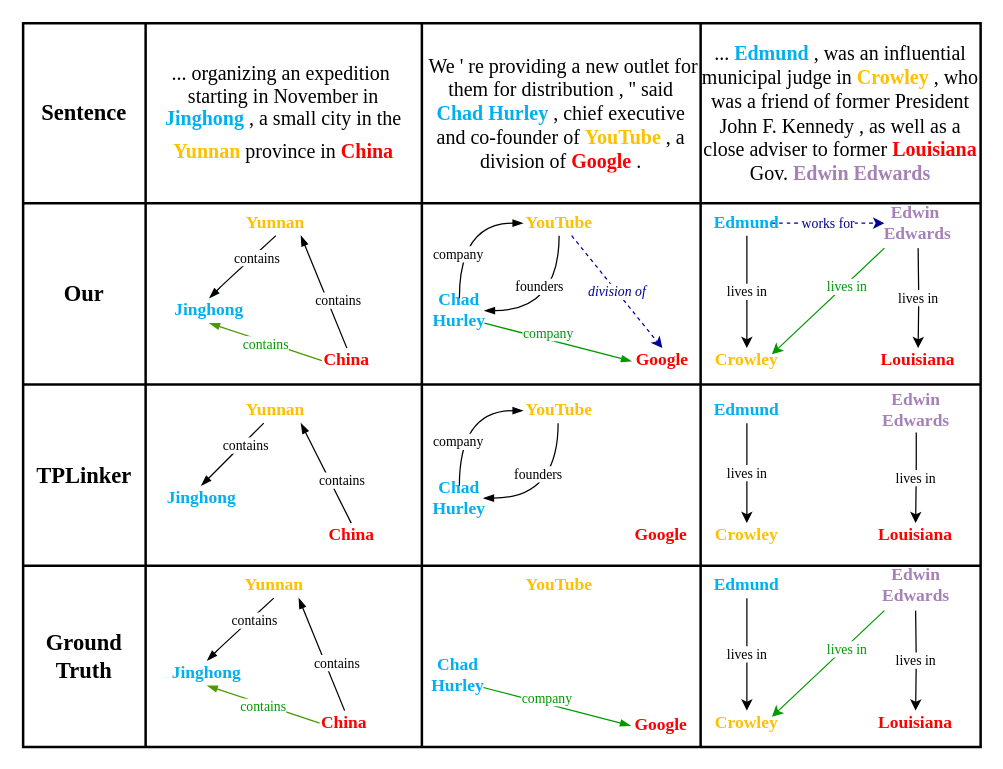
This is Untitled Diagram.drawio from zhangSchnee/gittest, a draw.io file, before an edit. Source tidied: cells renumbered, new cells numbered last; positions are measured from the earlier drawing's top-left corner, leaving out a move shared by most shapes. Both pictures are drawn from the tidied source at 125%, with x=0, y=0 at pixel (22, 22).
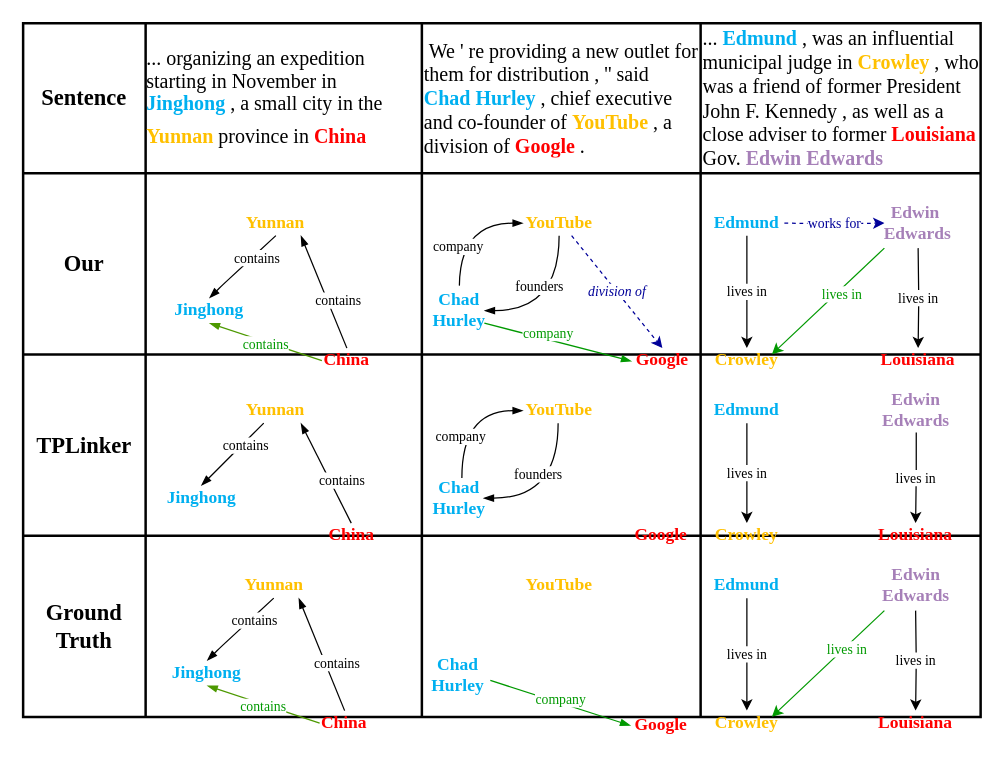
Above is the later version.

The change refers to these unchanged cells:
```xml
<mxCell id="32" value="&lt;span style=&quot;color: rgb(0 , 176 , 240) ; font-family: &amp;#34;times new roman&amp;#34; ; font-weight: 700 ; text-align: left&quot;&gt;&lt;font style=&quot;font-size: 14px&quot;&gt;Chad Hurley&lt;/font&gt;&lt;/span&gt;" style="text;html=1;strokeColor=none;fillColor=none;align=center;verticalAlign=middle;whiteSpace=wrap;rounded=0;" parent="1" vertex="1">
  <mxGeometry x="329" y="220" width="40" height="20" as="geometry" />
</mxCell>
<mxCell id="36" value="&lt;span style=&quot;color: rgb(255 , 192 , 0) ; font-family: &amp;#34;times new roman&amp;#34; ; font-size: 14px ; font-weight: 700 ; text-align: left&quot;&gt;YouTube&lt;/span&gt;" style="text;html=1;strokeColor=none;fillColor=none;align=center;verticalAlign=middle;whiteSpace=wrap;rounded=0;" parent="1" vertex="1">
  <mxGeometry x="408.8" y="150" width="40" height="20" as="geometry" />
</mxCell>
<mxCell id="41" value="&lt;b&gt;&lt;font face=&quot;Times New Roman&quot; style=&quot;font-size: 14px&quot;&gt;Edmund&lt;/font&gt;&lt;/b&gt;" style="text;html=1;strokeColor=none;fillColor=none;align=center;verticalAlign=middle;whiteSpace=wrap;rounded=0;fontColor=#00B0F0;" parent="1" vertex="1">
  <mxGeometry x="559" y="150" width="40" height="20" as="geometry" />
</mxCell>
<mxCell id="44" value="&lt;b&gt;&lt;font style=&quot;font-size: 14px&quot;&gt;Edwin&lt;br&gt;&amp;nbsp;Edwards&lt;/font&gt;&lt;/b&gt;" style="text;html=1;strokeColor=none;fillColor=none;align=center;verticalAlign=middle;whiteSpace=wrap;rounded=0;fontFamily=Times New Roman;fontColor=#A680B8;" parent="1" vertex="1">
  <mxGeometry x="689" y="150" width="50" height="20" as="geometry" />
</mxCell>
<mxCell id="46" style="endArrow=classic;html=1;fontFamily=Times New Roman;entryX=1;entryY=0.25;entryDx=0;entryDy=0;fontColor=#009900;strokeColor=#009900;" parent="1" edge="1" target="42">
  <mxGeometry relative="1" as="geometry">
    <mxPoint x="689" y="180" as="sourcePoint" />
  </mxGeometry>
</mxCell>
<mxCell id="57" value="&lt;span style=&quot;color: rgb(255 , 0 , 0) ; font-family: &amp;#34;times new roman&amp;#34; ; font-weight: 700 ; text-align: left&quot;&gt;&lt;font style=&quot;font-size: 14px&quot;&gt;Google&lt;/font&gt;&lt;/span&gt;" style="text;html=1;strokeColor=none;fillColor=none;align=center;verticalAlign=middle;whiteSpace=wrap;rounded=0;" parent="1" vertex="1">
  <mxGeometry x="492.8" y="260" width="37.2" height="20" as="geometry" />
</mxCell>
<mxCell id="67" value="&lt;span style=&quot;color: rgb(0 , 176 , 240) ; font-family: &amp;#34;times new roman&amp;#34; ; font-weight: 700 ; text-align: left&quot;&gt;&lt;font style=&quot;font-size: 14px&quot;&gt;Chad Hurley&lt;/font&gt;&lt;/span&gt;" style="text;html=1;strokeColor=none;fillColor=none;align=center;verticalAlign=middle;whiteSpace=wrap;rounded=0;" parent="1" vertex="1">
  <mxGeometry x="329" y="370" width="40" height="20" as="geometry" />
</mxCell>
<mxCell id="70" value="&lt;span style=&quot;color: rgb(255 , 192 , 0) ; font-family: &amp;#34;times new roman&amp;#34; ; font-size: 14px ; font-weight: 700 ; text-align: left&quot;&gt;YouTube&lt;/span&gt;" style="text;html=1;strokeColor=none;fillColor=none;align=center;verticalAlign=middle;whiteSpace=wrap;rounded=0;" parent="1" vertex="1">
  <mxGeometry x="408.8" y="300" width="40" height="20" as="geometry" />
</mxCell>
<mxCell id="72" value="&lt;span style=&quot;color: rgb(0 , 176 , 240) ; font-family: &amp;#34;times new roman&amp;#34; ; font-weight: 700 ; text-align: left&quot;&gt;&lt;font style=&quot;font-size: 14px&quot;&gt;Chad Hurley&lt;/font&gt;&lt;/span&gt;" style="text;html=1;strokeColor=none;fillColor=none;align=center;verticalAlign=middle;whiteSpace=wrap;rounded=0;" parent="1" vertex="1">
  <mxGeometry x="328.2" y="511.5" width="40" height="20" as="geometry" />
</mxCell>
<mxCell id="76" value="&lt;span style=&quot;color: rgb(255 , 0 , 0) ; font-family: &amp;#34;times new roman&amp;#34; ; font-weight: 700 ; text-align: left&quot;&gt;&lt;font style=&quot;font-size: 14px&quot;&gt;Google&lt;/font&gt;&lt;/span&gt;" style="text;html=1;strokeColor=none;fillColor=none;align=center;verticalAlign=middle;whiteSpace=wrap;rounded=0;" parent="1" vertex="1">
  <mxGeometry x="492" y="551.5" width="37.2" height="20" as="geometry" />
</mxCell>
```

Diff of the diagram source:
```diff
@@
     <mxCell id="2" style="shape=table;html=1;whiteSpace=wrap;startSize=0;childLayout=tableLayout;strokeWidth=2;perimeterSpacing=1;" parent="1" vertex="1">
-      <mxGeometry width="766" height="579" as="geometry" />
+      <mxGeometry width="766" height="555" as="geometry" />
     </mxCell>
     <mxCell id="3" style="shape=partialRectangle;html=1;whiteSpace=wrap;fillColor=none;top=0;left=0;bottom=0;right=0;" parent="2" vertex="1">
-      <mxGeometry width="766" height="144" as="geometry" />
+      <mxGeometry width="766" height="120" as="geometry" />
     </mxCell>
     <mxCell id="4" value="&lt;font face=&quot;Times New Roman&quot; style=&quot;font-size: 18px&quot;&gt;&lt;b&gt;Sentence&lt;/b&gt;&lt;/font&gt;" style="shape=partialRectangle;html=1;whiteSpace=wrap;overflow=hidden;fillColor=none;top=0;left=0;bottom=0;right=0;" parent="3" vertex="1">
-      <mxGeometry width="98" height="144" as="geometry" />
+      <mxGeometry width="98" height="120" as="geometry" />
     </mxCell>
-    <mxCell id="5" value="&lt;div&gt;&lt;span style=&quot;font-size: 16px ; font-family: &amp;#34;times new roman&amp;#34; ; text-indent: 0in&quot;&gt;... organizing an expedition&amp;nbsp;&lt;/span&gt;&lt;/div&gt;&lt;p style=&quot;line-height: normal ; margin: 0pt 0in ; text-indent: 0in ; direction: ltr ; unicode-bidi: embed ; word-break: normal ; font-size: 16px&quot;&gt;&lt;font style=&quot;font-size: 16px&quot; face=&quot;Times New Roman&quot;&gt;&lt;span&gt;starting in November in &lt;/span&gt;&lt;span style=&quot;color: rgb(0 , 176 , 240) ; font-weight: bold&quot;&gt;Jinghong&lt;/span&gt;&lt;span&gt; , a small city in the &lt;/span&gt;&lt;span style=&quot;color: rgb(255 , 192 , 0) ; font-weight: bold&quot;&gt;Yunnan&lt;/span&gt;&lt;span&gt; province in &lt;/span&gt;&lt;span style=&quot;color: red ; font-weight: bold&quot;&gt;China&lt;/span&gt;&lt;/font&gt;&lt;span style=&quot;font-size: 18.0pt ; color: red&quot;&gt; &lt;/span&gt;&lt;/p&gt;" style="shape=partialRectangle;html=1;whiteSpace=wrap;overflow=hidden;fillColor=none;top=0;left=0;bottom=0;right=0;" parent="3" vertex="1">
-      <mxGeometry x="98" width="221" height="144" as="geometry" />
+    <mxCell id="5" value="&lt;div style=&quot;text-align: left&quot;&gt;&lt;span style=&quot;font-size: 16px ; font-family: &amp;#34;times new roman&amp;#34; ; text-indent: 0in&quot;&gt;... organizing an expedition&amp;nbsp;&lt;/span&gt;&lt;/div&gt;&lt;p style=&quot;text-align: left ; line-height: normal ; margin: 0pt 0in ; text-indent: 0in ; direction: ltr ; unicode-bidi: embed ; word-break: normal ; font-size: 16px&quot;&gt;&lt;font style=&quot;font-size: 16px&quot; face=&quot;Times New Roman&quot;&gt;&lt;span&gt;starting in November in &lt;/span&gt;&lt;span style=&quot;color: rgb(0 , 176 , 240) ; font-weight: bold&quot;&gt;Jinghong&lt;/span&gt;&lt;span&gt; , a small city in the &lt;/span&gt;&lt;span style=&quot;color: rgb(255 , 192 , 0) ; font-weight: bold&quot;&gt;Yunnan&lt;/span&gt;&lt;span&gt; province in &lt;/span&gt;&lt;span style=&quot;color: red ; font-weight: bold&quot;&gt;China&lt;/span&gt;&lt;/font&gt;&lt;span style=&quot;font-size: 18.0pt ; color: red&quot;&gt; &lt;/span&gt;&lt;/p&gt;" style="shape=partialRectangle;html=1;whiteSpace=wrap;overflow=hidden;fillColor=none;top=0;left=0;bottom=0;right=0;" parent="3" vertex="1">
+      <mxGeometry x="98" width="221" height="120" as="geometry" />
     </mxCell>
-    <mxCell id="6" value="&lt;div style=&quot;font-size: 16px&quot;&gt;&lt;span style=&quot;font-family: &amp;#34;times new roman&amp;#34;&quot;&gt;&amp;nbsp;We ' re providing a new outlet for them for distribution , '' said &lt;/span&gt;&lt;font color=&quot;#00b0f0&quot; style=&quot;font-size: 16px ; font-family: &amp;#34;times new roman&amp;#34;&quot;&gt;&lt;b&gt;Chad Hurley&lt;/b&gt;&lt;/font&gt;&lt;span style=&quot;font-family: &amp;#34;times new roman&amp;#34;&quot;&gt; , chief executive and co-founder of &lt;/span&gt;&lt;b style=&quot;font-family: &amp;#34;times new roman&amp;#34;&quot;&gt;&lt;font color=&quot;#ffc000&quot; style=&quot;font-size: 16px&quot;&gt;YouTube&lt;/font&gt;&lt;/b&gt;&lt;span style=&quot;font-family: &amp;#34;times new roman&amp;#34;&quot;&gt; , a division of &lt;/span&gt;&lt;b style=&quot;font-family: &amp;#34;times new roman&amp;#34;&quot;&gt;&lt;font color=&quot;#ff0000&quot; style=&quot;font-size: 16px&quot;&gt;Google&lt;/font&gt;&lt;/b&gt;&lt;span style=&quot;font-family: &amp;#34;times new roman&amp;#34;&quot;&gt; .&lt;/span&gt;&lt;/div&gt;" style="shape=partialRectangle;html=1;whiteSpace=wrap;overflow=hidden;fillColor=none;top=0;left=0;bottom=0;right=0;align=center;" parent="3" vertex="1">
-      <mxGeometry x="319" width="223" height="144" as="geometry" />
+    <mxCell id="6" value="&lt;div style=&quot;font-size: 16px&quot;&gt;&lt;span style=&quot;font-family: &amp;#34;times new roman&amp;#34;&quot;&gt;&amp;nbsp;We ' re providing a new outlet for them for distribution , '' said &lt;/span&gt;&lt;font color=&quot;#00b0f0&quot; style=&quot;font-size: 16px ; font-family: &amp;#34;times new roman&amp;#34;&quot;&gt;&lt;b&gt;Chad Hurley&lt;/b&gt;&lt;/font&gt;&lt;span style=&quot;font-family: &amp;#34;times new roman&amp;#34;&quot;&gt; , chief executive and co-founder of &lt;/span&gt;&lt;b style=&quot;font-family: &amp;#34;times new roman&amp;#34;&quot;&gt;&lt;font color=&quot;#ffc000&quot; style=&quot;font-size: 16px&quot;&gt;YouTube&lt;/font&gt;&lt;/b&gt;&lt;span style=&quot;font-family: &amp;#34;times new roman&amp;#34;&quot;&gt; , a division of &lt;/span&gt;&lt;b style=&quot;font-family: &amp;#34;times new roman&amp;#34;&quot;&gt;&lt;font color=&quot;#ff0000&quot; style=&quot;font-size: 16px&quot;&gt;Google&lt;/font&gt;&lt;/b&gt;&lt;span style=&quot;font-family: &amp;#34;times new roman&amp;#34;&quot;&gt; .&lt;/span&gt;&lt;/div&gt;" style="shape=partialRectangle;html=1;whiteSpace=wrap;overflow=hidden;fillColor=none;top=0;left=0;bottom=0;right=0;align=left;" parent="3" vertex="1">
+      <mxGeometry x="319" width="223" height="120" as="geometry" />
     </mxCell>
-    <mxCell id="7" value="&lt;font face=&quot;Times New Roman&quot; style=&quot;font-size: 16px&quot;&gt;... &lt;font color=&quot;#00b0f0&quot; style=&quot;font-size: 16px&quot;&gt;&lt;b&gt;Edmund&lt;/b&gt;&lt;/font&gt; , was an influential municipal judge in &lt;b&gt;&lt;font color=&quot;#ffc000&quot; style=&quot;font-size: 16px&quot;&gt;Crowley&lt;/font&gt;&lt;/b&gt; , who was a friend of former President John F. Kennedy , as well as a close adviser to former &lt;font color=&quot;#ff0000&quot; style=&quot;font-size: 16px&quot;&gt;&lt;b&gt;Louisiana&lt;/b&gt;&lt;/font&gt; Gov. &lt;font color=&quot;#a680b8&quot; style=&quot;font-size: 16px&quot;&gt;&lt;b&gt;Edwin Edwards&lt;/b&gt;&lt;/font&gt;&lt;/font&gt;" style="shape=partialRectangle;html=1;whiteSpace=wrap;overflow=hidden;fillColor=none;top=0;left=0;bottom=0;right=0;align=center;" parent="3" vertex="1">
-      <mxGeometry x="542" width="224" height="144" as="geometry" />
+    <mxCell id="7" value="&lt;font face=&quot;Times New Roman&quot; style=&quot;font-size: 16px&quot;&gt;... &lt;font color=&quot;#00b0f0&quot; style=&quot;font-size: 16px&quot;&gt;&lt;b&gt;Edmund&lt;/b&gt;&lt;/font&gt; , was an influential municipal judge in &lt;b&gt;&lt;font color=&quot;#ffc000&quot; style=&quot;font-size: 16px&quot;&gt;Crowley&lt;/font&gt;&lt;/b&gt; , who was a friend of former President John F. Kennedy , as well as a close adviser to former &lt;font color=&quot;#ff0000&quot; style=&quot;font-size: 16px&quot;&gt;&lt;b&gt;Louisiana&lt;/b&gt;&lt;/font&gt; Gov. &lt;font color=&quot;#a680b8&quot; style=&quot;font-size: 16px&quot;&gt;&lt;b&gt;Edwin Edwards&lt;/b&gt;&lt;/font&gt;&lt;/font&gt;" style="shape=partialRectangle;html=1;whiteSpace=wrap;overflow=hidden;fillColor=none;top=0;left=0;bottom=0;right=0;align=left;" parent="3" vertex="1">
+      <mxGeometry x="542" width="224" height="120" as="geometry" />
     </mxCell>
     <mxCell id="8" style="shape=partialRectangle;html=1;whiteSpace=wrap;fillColor=none;top=0;left=0;bottom=0;right=0;" parent="2" vertex="1">
-      <mxGeometry y="144" width="766" height="145" as="geometry" />
+      <mxGeometry y="120" width="766" height="145" as="geometry" />
     </mxCell>
@@
     <mxCell id="13" style="shape=partialRectangle;html=1;whiteSpace=wrap;fillColor=none;top=0;left=0;bottom=0;right=0;" parent="2" vertex="1">
-      <mxGeometry y="289" width="766" height="145" as="geometry" />
+      <mxGeometry y="265" width="766" height="145" as="geometry" />
     </mxCell>
@@
     <mxCell id="18" style="shape=partialRectangle;html=1;whiteSpace=wrap;fillColor=none;top=0;left=0;bottom=0;right=0;" parent="2" vertex="1">
-      <mxGeometry y="434" width="766" height="145" as="geometry" />
+      <mxGeometry y="410" width="766" height="145" as="geometry" />
     </mxCell>
@@
-    <mxCell id="33" style="endArrow=none;html=1;startArrow=blockThin;startFill=1;endFill=0;edgeStyle=orthogonalEdgeStyle;curved=1;exitX=-0.219;exitY=0.5;exitDx=0;exitDy=0;entryX=0.5;entryY=0;entryDx=0;entryDy=0;exitPerimeter=0;" parent="1" edge="1" source="36" target="32">
-      <mxGeometry relative="1" as="geometry" />
+    <mxCell id="33" style="endArrow=none;html=1;startArrow=blockThin;startFill=1;endFill=0;edgeStyle=orthogonalEdgeStyle;curved=1;exitX=-0.219;exitY=0.5;exitDx=0;exitDy=0;exitPerimeter=0;" parent="1" edge="1" source="36">
+      <mxGeometry relative="1" as="geometry">
+        <mxPoint x="349" y="210" as="targetPoint" />
+      </mxGeometry>
     </mxCell>
@@
-    <mxCell id="40" value="&lt;font color=&quot;#000099&quot;&gt;works for&lt;/font&gt;" style="edgeStyle=orthogonalEdgeStyle;curved=1;rounded=0;jettySize=auto;html=1;exitX=1;exitY=0.5;exitDx=0;exitDy=0;entryX=0;entryY=0.5;entryDx=0;entryDy=0;dashed=1;strokeColor=#000099;fontFamily=Times New Roman;fontColor=#009900;" parent="1" edge="1" source="41" target="44">
-      <mxGeometry relative="1" as="geometry" />
+    <mxCell id="40" value="&lt;font color=&quot;#000099&quot;&gt;works for&lt;/font&gt;" style="edgeStyle=orthogonalEdgeStyle;curved=1;rounded=0;jettySize=auto;html=1;entryX=0;entryY=0.5;entryDx=0;entryDy=0;dashed=1;strokeColor=#000099;fontFamily=Times New Roman;fontColor=#009900;" parent="1" edge="1" target="44">
+      <mxGeometry relative="1" as="geometry">
+        <mxPoint x="609" y="160" as="sourcePoint" />
+      </mxGeometry>
     </mxCell>
@@
     <mxCell id="47" value="&lt;font color=&quot;#009900&quot;&gt;lives in&lt;/font&gt;" style="edgeLabel;html=1;align=center;verticalAlign=middle;fontFamily=Times New Roman;fontColor=#A680B8;" parent="46" vertex="1">
-      <mxGeometry x="-0.31" y="1" relative="1" as="geometry" />
+      <mxGeometry x="-0.31" y="1" relative="1" as="geometry">
+        <mxPoint x="-4.4" y="6.2" as="offset" />
+      </mxGeometry>
     </mxCell>
@@
-    <mxCell id="55" style="endArrow=none;html=1;startArrow=blockThin;startFill=1;endFill=0;rounded=1;entryX=1;entryY=1;entryDx=0;entryDy=0;exitX=-0.161;exitY=0.525;exitDx=0;exitDy=0;exitPerimeter=0;strokeColor=#009900;" parent="1" edge="1" source="57" target="32">
+    <mxCell id="55" style="endArrow=none;html=1;startArrow=blockThin;startFill=1;endFill=0;rounded=1;exitX=-0.161;exitY=0.525;exitDx=0;exitDy=0;exitPerimeter=0;strokeColor=#009900;entryX=1;entryY=1;entryDx=0;entryDy=0;" parent="1" edge="1" source="57" target="32">
       <mxGeometry relative="1" as="geometry" />
     </mxCell>
@@
-    <mxCell id="68" style="endArrow=none;html=1;startArrow=blockThin;startFill=1;endFill=0;edgeStyle=orthogonalEdgeStyle;curved=1;exitX=-0.219;exitY=0.5;exitDx=0;exitDy=0;entryX=0.5;entryY=0;entryDx=0;entryDy=0;exitPerimeter=0;" parent="1" edge="1" source="70" target="67">
+    <mxCell id="68" style="endArrow=none;html=1;startArrow=blockThin;startFill=1;endFill=0;edgeStyle=orthogonalEdgeStyle;curved=1;exitX=-0.219;exitY=0.5;exitDx=0;exitDy=0;entryX=0.55;entryY=-0.31;entryDx=0;entryDy=0;exitPerimeter=0;entryPerimeter=0;" parent="1" edge="1" source="70" target="67">
       <mxGeometry relative="1" as="geometry" />
     </mxCell>
@@
-    <mxCell id="74" style="endArrow=none;html=1;startArrow=blockThin;startFill=1;endFill=0;rounded=1;entryX=1;entryY=1;entryDx=0;entryDy=0;exitX=-0.161;exitY=0.525;exitDx=0;exitDy=0;exitPerimeter=0;strokeColor=#009900;" parent="1" edge="1" source="76" target="72">
-      <mxGeometry relative="1" as="geometry" />
+    <mxCell id="74" style="endArrow=none;html=1;startArrow=blockThin;startFill=1;endFill=0;rounded=1;strokeColor=#009900;entryX=1.139;entryY=0.715;entryDx=0;entryDy=0;entryPerimeter=0;" parent="1" edge="1" target="72">
+      <mxGeometry relative="1" as="geometry">
+        <mxPoint x="486" y="562" as="sourcePoint" />
+      </mxGeometry>
     </mxCell>
     <mxCell id="75" value="&lt;font face=&quot;Times New Roman&quot; color=&quot;#009900&quot;&gt;company&lt;/font&gt;" style="edgeLabel;html=1;align=center;verticalAlign=middle;fontColor=#000000;" parent="74" vertex="1">
       <mxGeometry x="0.26" y="-4" relative="1" as="geometry">
-        <mxPoint x="6.1" y="0.3" as="offset" />
+        <mxPoint x="12.3" y="4.7" as="offset" />
       </mxGeometry>
     </mxCell>
```
